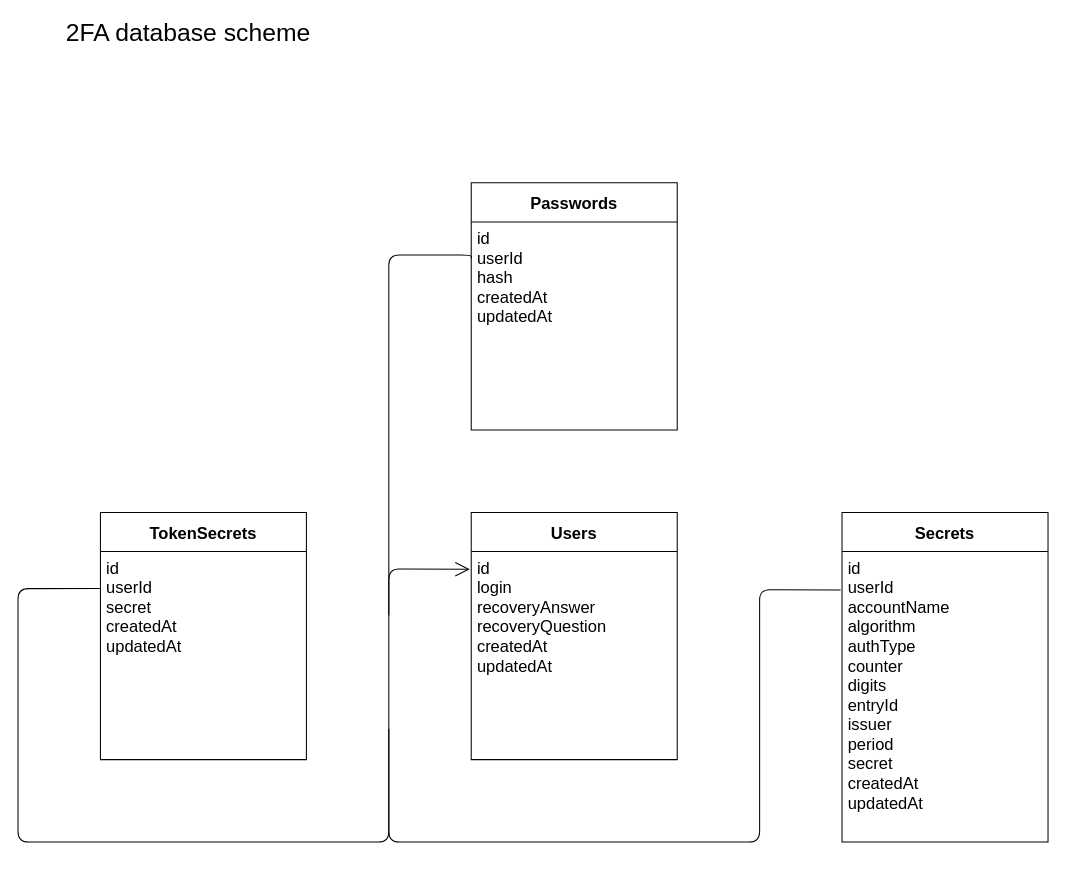
Above: 2fa-database.drawio in peterdee/2fa-backend (draw.io), before the change. Source tidied: cells renumbered, new cells numbered last; positions are measured from the earlier drawing's top-left corner, leaving out a move shared by most shapes. Both pictures are drawn from the tidied source at 103%, with x=0, y=0 at pixel (18, 18).
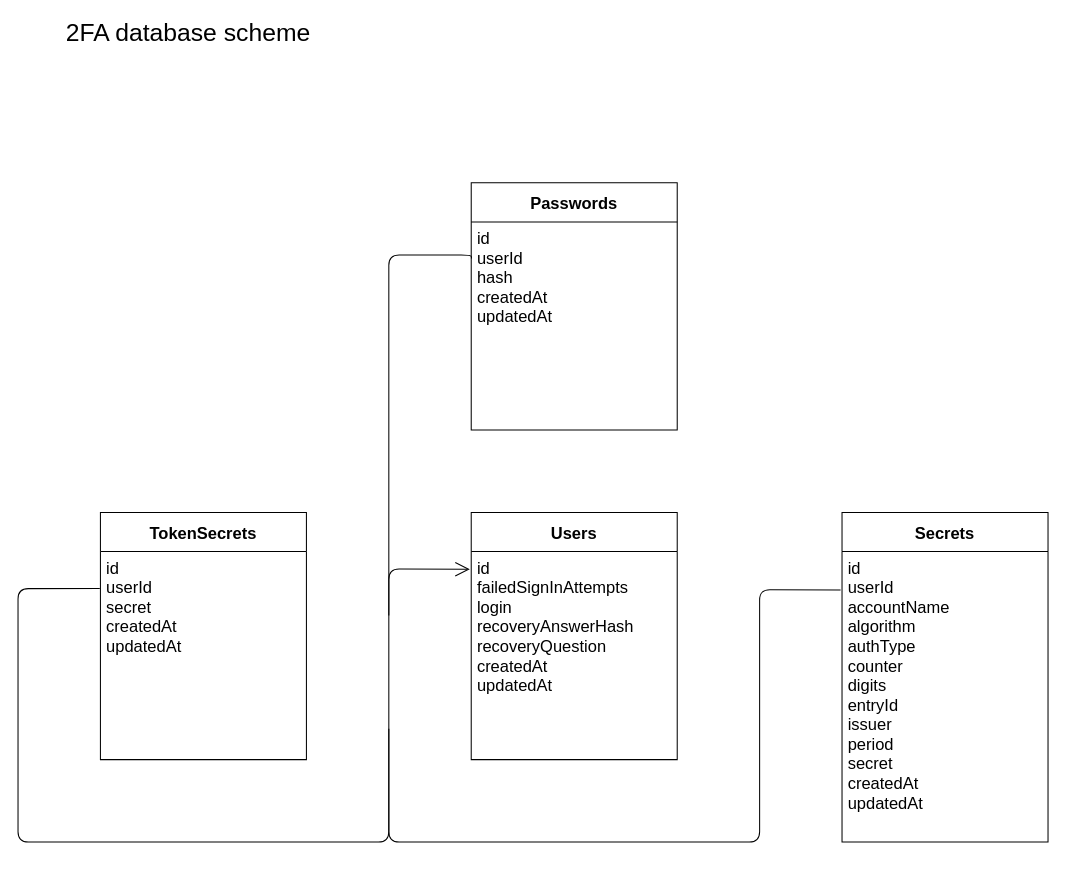
After the change.

The change refers to these unchanged cells:
```xml
<mxCell id="2" value="Users" style="swimlane;fontStyle=1;horizontal=1;startSize=38;glass=0;rounded=0;comic=0;shadow=0;fontSize=16;align=center;" parent="1" vertex="1">
  <mxGeometry x="440" y="480" width="200" height="240" as="geometry" />
</mxCell>
```

Change to the diagram source:
```diff
@@
-    <mxCell id="3" value="id&#10;login&#10;recoveryAnswer&#10;recoveryQuestion&#10;createdAt&#10;updatedAt" style="text;align=left;verticalAlign=top;spacingLeft=4;spacingRight=4;overflow=hidden;points=[[0,0.5],[1,0.5]];portConstraint=eastwest;fontSize=16;" parent="2" vertex="1">
+    <mxCell id="3" value="id&#10;failedSignInAttempts&#10;login&#10;recoveryAnswerHash&#10;recoveryQuestion&#10;createdAt&#10;updatedAt" style="text;align=left;verticalAlign=top;spacingLeft=4;spacingRight=4;overflow=hidden;points=[[0,0.5],[1,0.5]];portConstraint=eastwest;fontSize=16;" parent="2" vertex="1">
       <mxGeometry y="38" width="200" height="202" as="geometry" />
     </mxCell>
```
